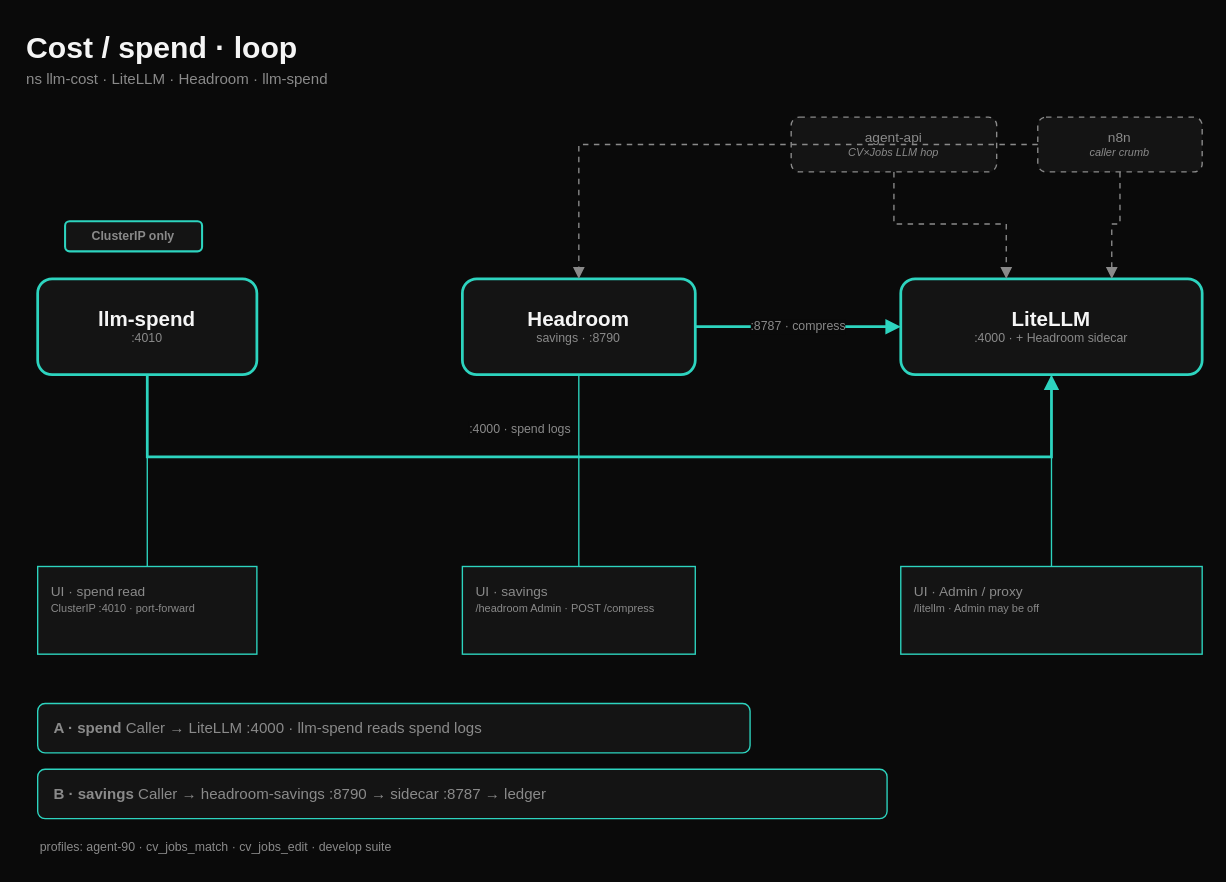
Earlier version of the draw.io diagram olympus/diagrams/b2-cost-spend-loop-v4.drawio (LevKesha/ai-platform). Source tidied: cells renumbered, new cells numbered last; positions are measured from the earlier drawing's top-left corner, leaving out a move shared by most shapes. Both pictures are drawn from the tidied source at 137%, with x=0, y=0 at pixel (23, 23).
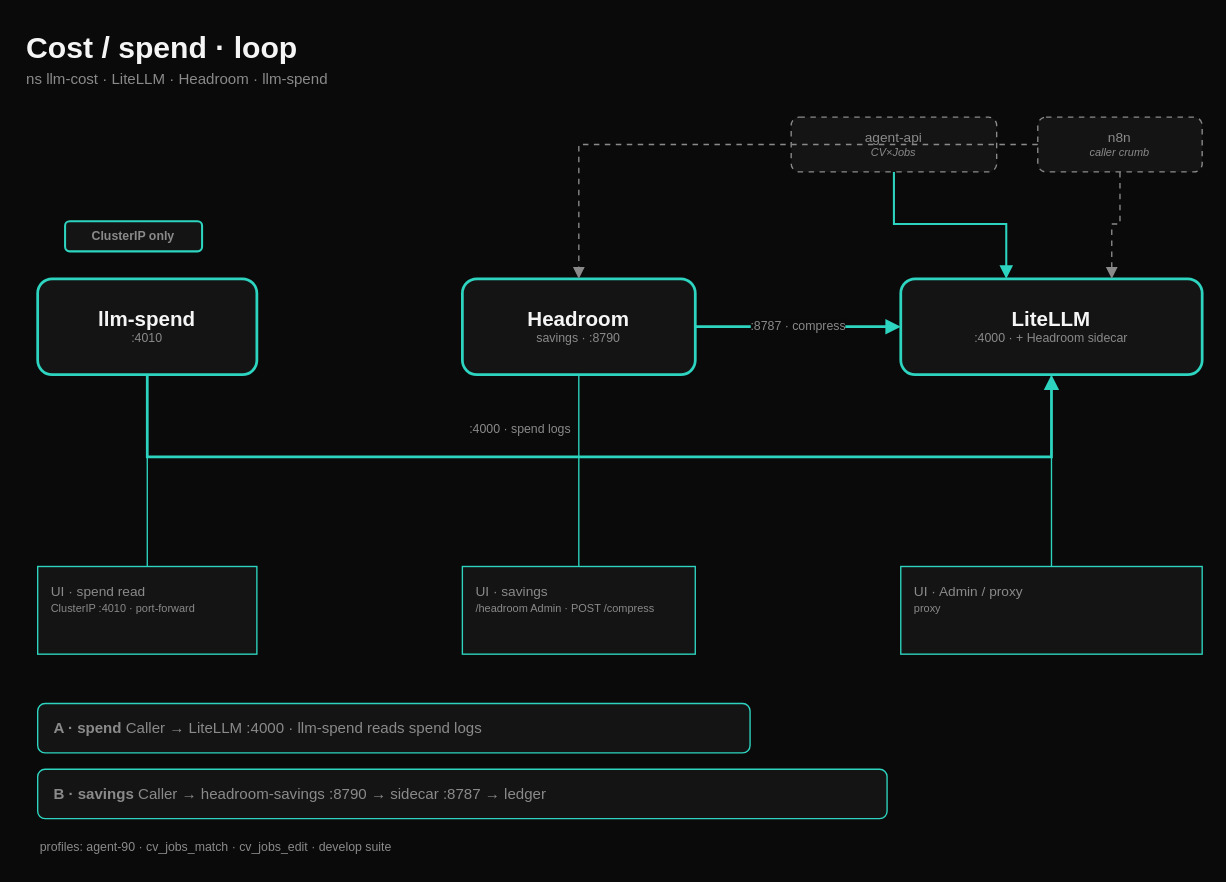
The same page after the edit.

Commit message (it also covers changes not shown here):
Apply Product's three diagram text and edge fixes.

The change refers to these unchanged cells:
```xml
<mxCell id="9" value="LiteLLM&lt;div style=&quot;font-size:9px;color:#8a8a8a;font-weight:normal&quot;&gt;:4000 · + Headroom sidecar&lt;/div&gt;" style="rounded=1;whiteSpace=wrap;html=1;align=center;verticalAlign=middle;fontSize=15;fontStyle=1;fontFamily=Helvetica;fillColor=#141414;strokeColor=#2dd4bf;strokeWidth=2;fontColor=#f5f5f5;" parent="1" vertex="1">
  <mxGeometry x="640" y="186" width="220" height="70" as="geometry" />
</mxCell>
```

What changed in the source:
```diff
@@
-    <mxCell id="4" value="agent-api&lt;div style=&quot;font-size:8px;color:#8a8a8a&quot;&gt;&lt;i&gt;CV×Jobs LLM hop&lt;/i&gt;&lt;/div&gt;" style="rounded=1;whiteSpace=wrap;html=1;align=center;verticalAlign=middle;fontSize=10;fontFamily=Helvetica;fillColor=#141414;strokeColor=#8a8a8a;strokeWidth=1;fontColor=#8a8a8a;dashed=1;dashPattern=4 4;" parent="1" vertex="1">
+    <mxCell id="4" value="agent-api&lt;div style=&quot;font-size:8px;color:#8a8a8a&quot;&gt;&lt;i&gt;CV×Jobs&lt;/i&gt;&lt;/div&gt;" style="rounded=1;whiteSpace=wrap;html=1;align=center;verticalAlign=middle;fontSize=10;fontFamily=Helvetica;fillColor=#141414;strokeColor=#8a8a8a;strokeWidth=1;fontColor=#8a8a8a;dashed=1;dashPattern=4 4;" parent="1" vertex="1">
       <mxGeometry x="560" y="68" width="150" height="40" as="geometry" />
     </mxCell>
@@
-    <mxCell id="12" style="edgeStyle=orthogonalEdgeStyle;rounded=0;jettySize=auto;html=1;strokeWidth=1;dashed=1;dashPattern=4 4;endArrow=block;endFill=1;fontFamily=Helvetica;strokeColor=#8a8a8a;exitX=0.5;exitY=1;exitDx=0;exitDy=0;entryX=0.35;entryY=0;entryDx=0;entryDy=0;fontColor=#8a8a8a;" parent="1" edge="1" source="4" target="9">
+    <mxCell id="12" style="edgeStyle=orthogonalEdgeStyle;rounded=0;jettySize=auto;html=1;strokeWidth=1.5;endArrow=block;endFill=1;fontFamily=Helvetica;strokeColor=#2dd4bf;exitX=0.5;exitY=1;exitDx=0;exitDy=0;entryX=0.35;entryY=0;entryDx=0;entryDy=0;fontColor=#8a8a8a;" parent="1" edge="1" source="4" target="9">
       <mxGeometry relative="1" as="geometry">
         <Array as="points">
           <mxPoint x="635" y="146" />
           <mxPoint x="717" y="146" />
         </Array>
       </mxGeometry>
     </mxCell>
@@
-    <mxCell id="17" value="UI · Admin / proxy&lt;br&gt;&lt;font style=&quot;font-size:8px;color:#8a8a8a&quot;&gt;/litellm · Admin may be off&lt;/font&gt;" style="rounded=0;whiteSpace=wrap;html=1;align=left;verticalAlign=top;fontSize=10;fontFamily=Helvetica;fillColor=#141414;strokeColor=#2dd4bf;strokeWidth=1;fontColor=#8a8a8a;spacingLeft=8;spacingTop=6;" parent="1" vertex="1">
+    <mxCell id="17" value="UI · Admin / proxy&lt;br&gt;&lt;font style=&quot;font-size:8px;color:#8a8a8a&quot;&gt;proxy&lt;/font&gt;" style="rounded=0;whiteSpace=wrap;html=1;align=left;verticalAlign=top;fontSize=10;fontFamily=Helvetica;fillColor=#141414;strokeColor=#2dd4bf;strokeWidth=1;fontColor=#8a8a8a;spacingLeft=8;spacingTop=6;" parent="1" vertex="1">
       <mxGeometry x="640" y="396" width="220" height="64" as="geometry" />
     </mxCell>
```
